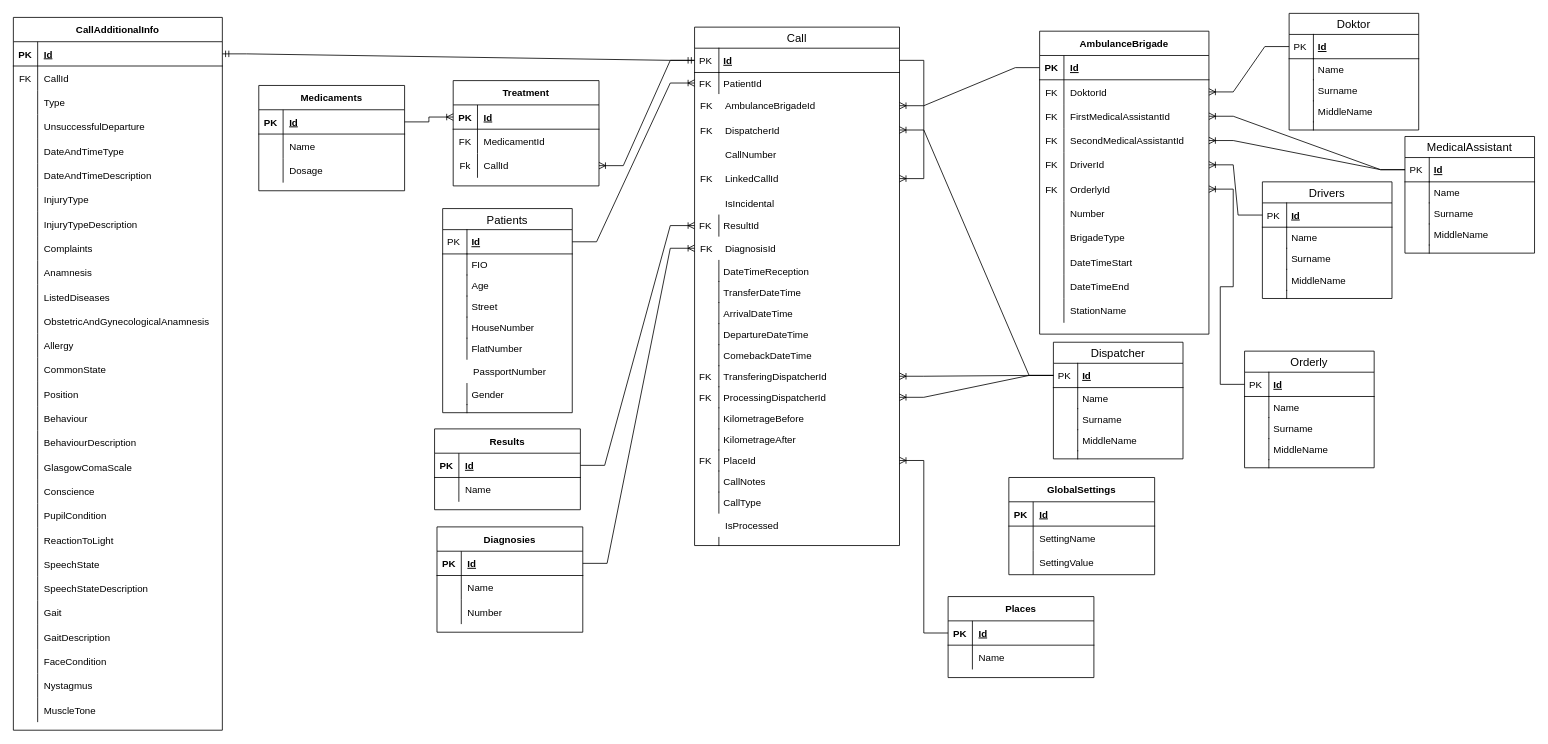
This is Database scheme.drawio from zalyz/Diplom, a draw.io file, before an edit. Source tidied: cells renumbered, new cells numbered last; positions are measured from the earlier drawing's top-left corner, leaving out a move shared by most shapes. Both pictures are drawn from the tidied source at 81%, with x=0, y=0 at pixel (13, 13).
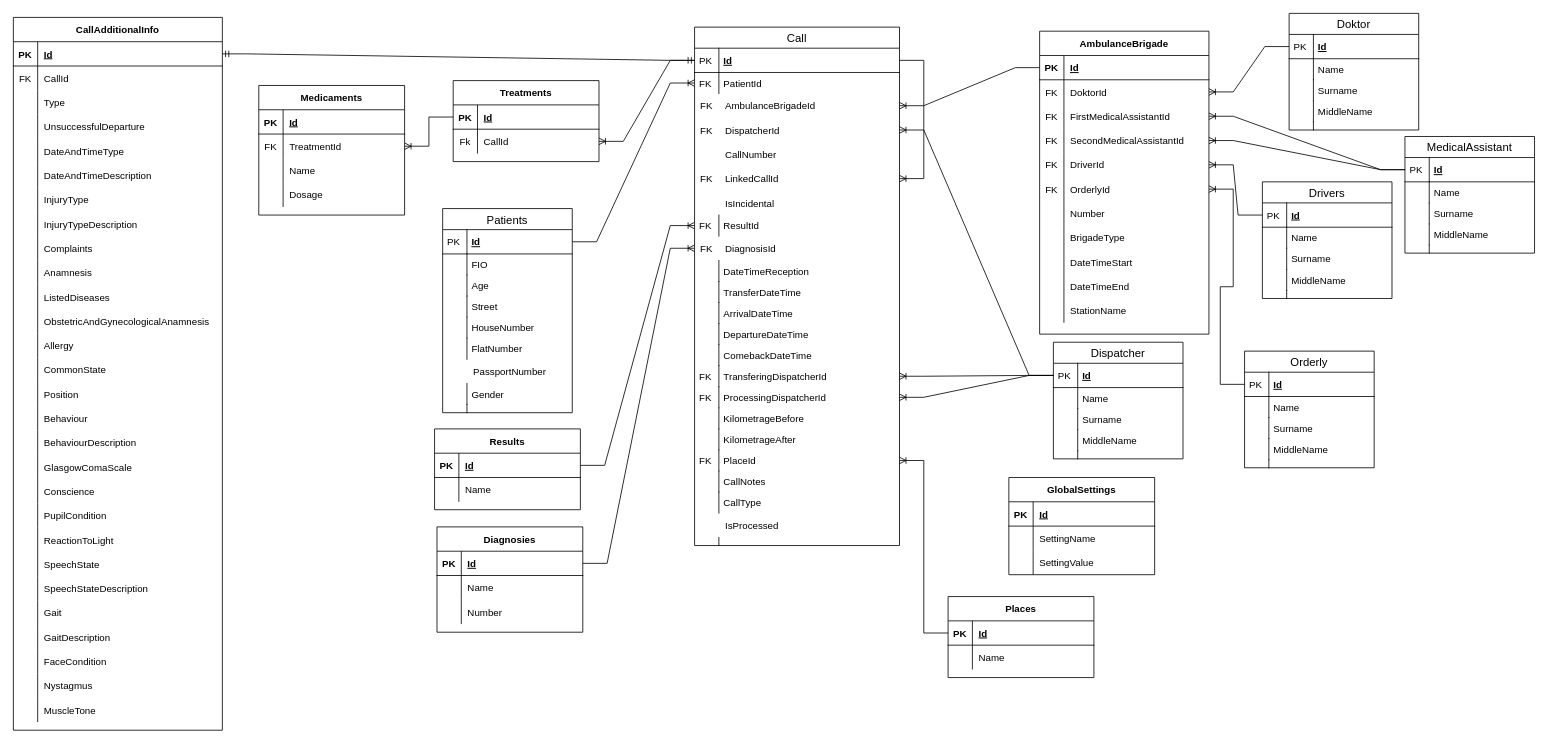
Above is the later version.

The change refers to these unchanged cells:
```xml
<mxCell id="212" style="shape=tableRow;horizontal=0;startSize=0;swimlaneHead=0;swimlaneBody=0;fillColor=none;points=[[0,0.5],[1,0.5]];portConstraint=eastwest;top=0;left=0;right=0;bottom=1;" parent="211" vertex="1">
  <mxGeometry y="30" width="180" height="30" as="geometry" />
</mxCell>
<mxCell id="222" style="shape=tableRow;horizontal=0;startSize=0;swimlaneHead=0;swimlaneBody=0;fillColor=none;points=[[0,0.5],[1,0.5]];portConstraint=eastwest;top=0;left=0;right=0;bottom=1;" parent="221" vertex="1">
  <mxGeometry y="30" width="180" height="30" as="geometry" />
</mxCell>
```

The edit, as a diff of the source:
```diff
@@
-    <mxCell id="211" value="Treatment" style="shape=table;startSize=30;childLayout=tableLayout;rowLines=0;fontStyle=1;align=center;" parent="1" vertex="1">
-      <mxGeometry x="543" y="83" width="180" height="130" as="geometry" />
+    <mxCell id="211" value="Treatments" style="shape=table;startSize=30;childLayout=tableLayout;rowLines=0;fontStyle=1;align=center;" parent="1" vertex="1">
+      <mxGeometry x="543" y="83" width="180" height="100" as="geometry" />
     </mxCell>
@@
-    <mxCell id="215" style="shape=tableRow;horizontal=0;startSize=0;swimlaneHead=0;swimlaneBody=0;fillColor=none;points=[[0,0.5],[1,0.5]];portConstraint=eastwest;top=0;left=0;right=0;bottom=0;" parent="211" vertex="1">
-      <mxGeometry y="60" width="180" height="30" as="geometry" />
-    </mxCell>
-    <mxCell id="216" value="FK" style="shape=partialRectangle;fillColor=none;top=0;left=0;bottom=0;right=0;overflow=hidden;" parent="215" vertex="1">
-      <mxGeometry width="30" height="30" as="geometry" />
-    </mxCell>
-    <mxCell id="217" value="MedicamentId" style="shape=partialRectangle;fillColor=none;top=0;left=0;bottom=0;right=0;align=left;spacingLeft=6;overflow=hidden;" parent="215" vertex="1">
-      <mxGeometry x="30" width="150" height="30" as="geometry" />
-    </mxCell>
     <mxCell id="218" style="shape=tableRow;horizontal=0;startSize=0;swimlaneHead=0;swimlaneBody=0;fillColor=none;points=[[0,0.5],[1,0.5]];portConstraint=eastwest;top=0;left=0;right=0;bottom=0;" parent="211" vertex="1">
-      <mxGeometry y="90" width="180" height="30" as="geometry" />
+      <mxGeometry y="60" width="180" height="30" as="geometry" />
     </mxCell>
@@
     <mxCell id="221" value="Medicaments" style="shape=table;startSize=30;childLayout=tableLayout;rowLines=0;fontStyle=1;align=center;" parent="1" vertex="1">
-      <mxGeometry x="303" y="89" width="180" height="130" as="geometry" />
+      <mxGeometry x="303" y="89" width="180" height="160" as="geometry" />
     </mxCell>
@@
+    <mxCell id="215" style="shape=tableRow;horizontal=0;startSize=0;swimlaneHead=0;swimlaneBody=0;fillColor=none;points=[[0,0.5],[1,0.5]];portConstraint=eastwest;top=0;left=0;right=0;bottom=0;" parent="221" vertex="1">
+      <mxGeometry y="60" width="180" height="30" as="geometry" />
+    </mxCell>
+    <mxCell id="216" value="FK" style="shape=partialRectangle;fillColor=none;top=0;left=0;bottom=0;right=0;fontStyle=0;overflow=hidden;" parent="215" vertex="1">
+      <mxGeometry width="30" height="30" as="geometry" />
+    </mxCell>
+    <mxCell id="327" value="TreatmentId" style="shape=partialRectangle;fillColor=none;top=0;left=0;bottom=0;right=0;align=left;spacingLeft=6;fontStyle=0;overflow=hidden;" parent="215" vertex="1">
+      <mxGeometry x="30" width="150" height="30" as="geometry" />
+    </mxCell>
     <mxCell id="225" style="shape=tableRow;horizontal=0;startSize=0;swimlaneHead=0;swimlaneBody=0;fillColor=none;top=0;left=0;right=0;bottom=0;" parent="221" vertex="1">
-      <mxGeometry y="60" width="180" height="30" as="geometry" />
+      <mxGeometry y="90" width="180" height="30" as="geometry" />
     </mxCell>
@@
     <mxCell id="228" style="shape=tableRow;horizontal=0;startSize=0;swimlaneHead=0;swimlaneBody=0;fillColor=none;top=0;left=0;right=0;bottom=0;" parent="221" vertex="1">
-      <mxGeometry y="90" width="180" height="30" as="geometry" />
+      <mxGeometry y="120" width="180" height="30" as="geometry" />
     </mxCell>
@@
-    <mxCell id="231" style="edgeStyle=entityRelationEdgeStyle;fontSize=12;html=1;endArrow=ERoneToMany;rounded=0;entryX=0;entryY=0.5;entryDx=0;entryDy=0;" parent="1" edge="1" source="222" target="212">
-      <mxGeometry relative="1" as="geometry" />
-    </mxCell>
@@
+    <mxCell id="328" style="edgeStyle=entityRelationEdgeStyle;fontSize=12;html=1;endArrow=ERoneToMany;rounded=0;exitX=0;exitY=0.5;exitDx=0;exitDy=0;entryX=1;entryY=0.5;entryDx=0;entryDy=0;" parent="1" edge="1" source="212" target="215">
+      <mxGeometry relative="1" as="geometry" />
+    </mxCell>
```
